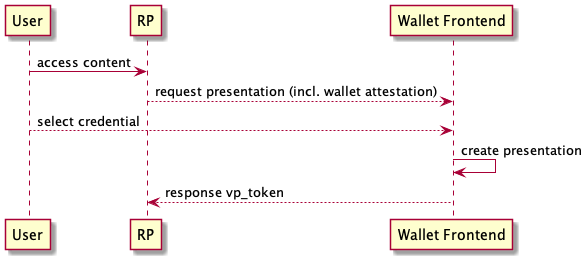
Before: diagrams/verifiable_credential_presentation.png, a diagram exported from PlantUML (openid/OpenID4VP).
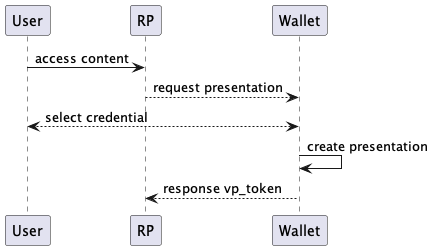
Later version of the same file.

Commit message:
updated openid4vps sequence diagrams

Diff of the diagram source:
```diff
@@ -1,11 +1,11 @@
 @startuml
 participant User as u
 participant RP as r
-participant "Wallet Frontend" as w
+participant "Wallet" as w
 
 u -> r : access content
-r --> w: request presentation (incl. wallet attestation)
-u --> w : select credential
+r --> w: request presentation
+u <--> w : select credential
 w -> w : create presentation
 w --> r : response vp_token
 
```
